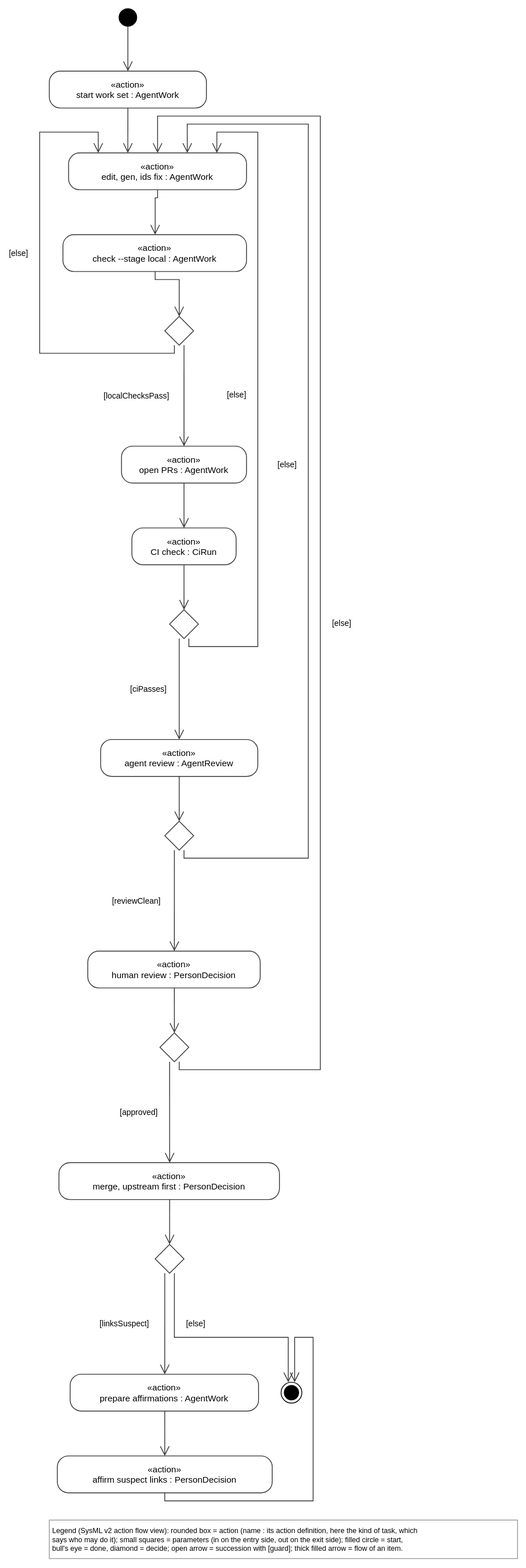
Above: views/changeProcess.drawio.svg in tiacsys/xdmod (draw.io), before the change. Source tidied: cells renumbered, new cells last; positions are measured from the earlier drawing's top-left corner, leaving out a move shared by most shapes.
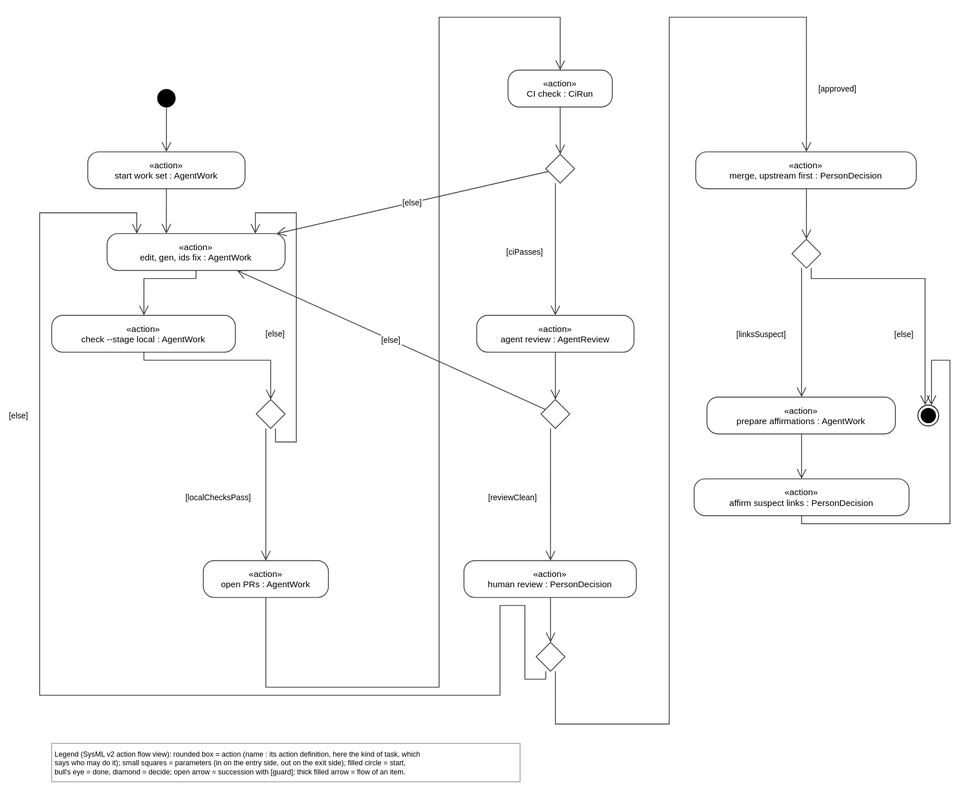
After the change.

Change to the diagram source:
```diff
@@ -3,58 +3,58 @@
     <mxCell id="0" />
     <mxCell id="1" parent="0" />
     <mxCell id="2" value="«action»&#10;CI check : CiRun" style="html=0;fontFamily=Helvetica;fontSize=11;strokeColor=#333333;rounded=1;arcSize=30;fillColor=#FFFFFF;verticalAlign=middle;" parent="1" vertex="1">
-      <mxGeometry x="115" y="648" width="130" height="46" as="geometry" />
+      <mxGeometry x="584" y="86" width="130" height="46" as="geometry" />
     </mxCell>
     <mxCell id="3" value="«action»&#10;affirm suspect links : PersonDecision" style="html=0;fontFamily=Helvetica;fontSize=11;strokeColor=#333333;rounded=1;arcSize=30;fillColor=#FFFFFF;verticalAlign=middle;" parent="1" vertex="1">
-      <mxGeometry x="22" y="1806" width="268" height="46" as="geometry" />
+      <mxGeometry x="816" y="596" width="268" height="46" as="geometry" />
     </mxCell>
     <mxCell id="4" value="«action»&#10;agent review : AgentReview" style="html=0;fontFamily=Helvetica;fontSize=11;strokeColor=#333333;rounded=1;arcSize=30;fillColor=#FFFFFF;verticalAlign=middle;" parent="1" vertex="1">
-      <mxGeometry x="76" y="912" width="196" height="46" as="geometry" />
+      <mxGeometry x="545" y="392" width="196" height="46" as="geometry" />
     </mxCell>
     <mxCell id="5" value="«action»&#10;check --stage local : AgentWork" style="html=0;fontFamily=Helvetica;fontSize=11;strokeColor=#333333;rounded=1;arcSize=30;fillColor=#FFFFFF;verticalAlign=middle;" parent="1" vertex="1">
-      <mxGeometry x="29" y="282" width="229" height="46" as="geometry" />
+      <mxGeometry x="15" y="392" width="229" height="46" as="geometry" />
     </mxCell>
     <mxCell id="6" value="«action»&#10;edit, gen, ids fix : AgentWork" style="html=0;fontFamily=Helvetica;fontSize=11;strokeColor=#333333;rounded=1;arcSize=30;fillColor=#FFFFFF;verticalAlign=middle;" parent="1" vertex="1">
-      <mxGeometry x="36" y="180" width="222" height="46" as="geometry" />
+      <mxGeometry x="84" y="290" width="222" height="46" as="geometry" />
     </mxCell>
     <mxCell id="7" value="«action»&#10;human review : PersonDecision" style="html=0;fontFamily=Helvetica;fontSize=11;strokeColor=#333333;rounded=1;arcSize=30;fillColor=#FFFFFF;verticalAlign=middle;" parent="1" vertex="1">
-      <mxGeometry x="60" y="1176" width="215" height="46" as="geometry" />
+      <mxGeometry x="529" y="698" width="215" height="46" as="geometry" />
     </mxCell>
     <mxCell id="8" value="«action»&#10;merge, upstream first : PersonDecision" style="html=0;fontFamily=Helvetica;fontSize=11;strokeColor=#333333;rounded=1;arcSize=30;fillColor=#FFFFFF;verticalAlign=middle;" parent="1" vertex="1">
-      <mxGeometry x="24" y="1440" width="275" height="46" as="geometry" />
+      <mxGeometry x="818" y="188" width="275" height="46" as="geometry" />
     </mxCell>
     <mxCell id="9" value="«action»&#10;open PRs : AgentWork" style="html=0;fontFamily=Helvetica;fontSize=11;strokeColor=#333333;rounded=1;arcSize=30;fillColor=#FFFFFF;verticalAlign=middle;" parent="1" vertex="1">
-      <mxGeometry x="102" y="546" width="156" height="46" as="geometry" />
+      <mxGeometry x="204" y="698" width="156" height="46" as="geometry" />
     </mxCell>
     <mxCell id="10" value="«action»&#10;prepare affirmations : AgentWork" style="html=0;fontFamily=Helvetica;fontSize=11;strokeColor=#333333;rounded=1;arcSize=30;fillColor=#FFFFFF;verticalAlign=middle;" parent="1" vertex="1">
-      <mxGeometry x="38" y="1704" width="235" height="46" as="geometry" />
+      <mxGeometry x="832" y="494" width="235" height="46" as="geometry" />
     </mxCell>
     <mxCell id="11" value="«action»&#10;start work set : AgentWork" style="html=0;fontFamily=Helvetica;fontSize=11;strokeColor=#333333;rounded=1;arcSize=30;fillColor=#FFFFFF;verticalAlign=middle;" parent="1" vertex="1">
-      <mxGeometry x="12" y="78" width="196" height="46" as="geometry" />
+      <mxGeometry x="60" y="188" width="196" height="46" as="geometry" />
     </mxCell>
     <mxCell id="12" style="rhombus;html=0;fillColor=#FFFFFF;strokeColor=#333333;noLabel=1;" parent="1" vertex="1">
-      <mxGeometry x="162" y="750" width="36" height="36" as="geometry" />
+      <mxGeometry x="631" y="191" width="36" height="36" as="geometry" />
     </mxCell>
     <mxCell id="13" style="ellipse;shape=endState;html=0;fillColor=#000000;strokeColor=#000000;noLabel=1;" parent="1" vertex="1">
-      <mxGeometry x="301" y="1714" width="26" height="26" as="geometry" />
+      <mxGeometry x="1095" y="504" width="26" height="26" as="geometry" />
     </mxCell>
     <mxCell id="14" style="rhombus;html=0;fillColor=#FFFFFF;strokeColor=#333333;noLabel=1;" parent="1" vertex="1">
-      <mxGeometry x="156" y="384" width="36" height="36" as="geometry" />
+      <mxGeometry x="270" y="497" width="36" height="36" as="geometry" />
     </mxCell>
     <mxCell id="15" style="rhombus;html=0;fillColor=#FFFFFF;strokeColor=#333333;noLabel=1;" parent="1" vertex="1">
-      <mxGeometry x="150" y="1278" width="36" height="36" as="geometry" />
+      <mxGeometry x="619" y="800" width="36" height="36" as="geometry" />
     </mxCell>
     <mxCell id="16" style="rhombus;html=0;fillColor=#FFFFFF;strokeColor=#333333;noLabel=1;" parent="1" vertex="1">
-      <mxGeometry x="156" y="1014" width="36" height="36" as="geometry" />
+      <mxGeometry x="625" y="497" width="36" height="36" as="geometry" />
     </mxCell>
     <mxCell id="17" style="ellipse;html=0;fillColor=#000000;strokeColor=#000000;noLabel=1;" parent="1" vertex="1">
-      <mxGeometry x="99" width="22" height="22" as="geometry" />
+      <mxGeometry x="147" y="110" width="22" height="22" as="geometry" />
     </mxCell>
     <mxCell id="18" style="rhombus;html=0;fillColor=#FFFFFF;strokeColor=#333333;noLabel=1;" parent="1" vertex="1">
-      <mxGeometry x="144" y="1542" width="36" height="36" as="geometry" />
+      <mxGeometry x="938" y="297" width="36" height="36" as="geometry" />
     </mxCell>
     <mxCell id="19" value="Legend (SysML v2 action flow view): rounded box = action (name : its action definition, here the kind of task, which&#10;says who may do it); small squares = parameters (in on the entry side, out on the exit side); filled circle = start,&#10;bull's eye = done, diamond = decide; open arrow = succession with [guard]; thick filled arrow = flow of an item." style="text;html=0;align=left;verticalAlign=top;fontFamily=Helvetica;fontSize=9;fillColor=#FFFFFF;strokeColor=#999999;spacing=4;" parent="1" vertex="1">
-      <mxGeometry x="12" y="1886" width="584" height="48" as="geometry" />
+      <mxGeometry x="15" y="926" width="584" height="48" as="geometry" />
     </mxCell>
     <mxCell id="20" style="html=0;rounded=0;endSize=10;startSize=14;fontFamily=Helvetica;fontSize=10;labelBackgroundColor=#FFFFFF;strokeColor=#333333;endArrow=open;exitX=0.500;exitY=1.000;exitDx=0;exitDy=0;exitPerimeter=0;entryX=0.500;entryY=0.000;entryDx=0;entryDy=0;entryPerimeter=0;" parent="1" edge="1" source="2" target="12">
       <mxGeometry relative="1" as="geometry" />
@@ -62,10 +62,10 @@
     <mxCell id="21" style="html=0;rounded=0;endSize=10;startSize=14;fontFamily=Helvetica;fontSize=10;labelBackgroundColor=#FFFFFF;strokeColor=#333333;endArrow=open;exitX=0.500;exitY=1.000;exitDx=0;exitDy=0;exitPerimeter=0;entryX=0.654;entryY=0.000;entryDx=0;entryDy=0;entryPerimeter=0;" parent="1" edge="1" source="3" target="13">
       <mxGeometry relative="1" as="geometry">
         <Array as="points">
-          <mxPoint x="156" y="1862" />
-          <mxPoint x="341" y="1862" />
-          <mxPoint x="341" y="1658" />
-          <mxPoint x="318" y="1658" />
+          <mxPoint x="950" y="652" />
+          <mxPoint x="1135" y="652" />
+          <mxPoint x="1135" y="448" />
+          <mxPoint x="1112" y="448" />
         </Array>
       </mxGeometry>
     </mxCell>
@@ -75,16 +75,16 @@
     <mxCell id="23" style="html=0;rounded=0;endSize=10;startSize=14;fontFamily=Helvetica;fontSize=10;labelBackgroundColor=#FFFFFF;strokeColor=#333333;endArrow=open;exitX=0.502;exitY=1.000;exitDx=0;exitDy=0;exitPerimeter=0;entryX=0.500;entryY=0.000;entryDx=0;entryDy=0;entryPerimeter=0;" parent="1" edge="1" source="5" target="14">
       <mxGeometry relative="1" as="geometry">
         <Array as="points">
-          <mxPoint x="144" y="338" />
-          <mxPoint x="174" y="338" />
+          <mxPoint x="130" y="448" />
+          <mxPoint x="288" y="448" />
         </Array>
       </mxGeometry>
     </mxCell>
     <mxCell id="24" style="html=0;rounded=0;endSize=10;startSize=14;fontFamily=Helvetica;fontSize=10;labelBackgroundColor=#FFFFFF;strokeColor=#333333;endArrow=open;exitX=0.500;exitY=1.000;exitDx=0;exitDy=0;exitPerimeter=0;entryX=0.502;entryY=0.000;entryDx=0;entryDy=0;entryPerimeter=0;" parent="1" edge="1" source="6" target="5">
       <mxGeometry relative="1" as="geometry">
         <Array as="points">
-          <mxPoint x="147" y="236" />
-          <mxPoint x="144" y="236" />
+          <mxPoint x="195" y="346" />
+          <mxPoint x="130" y="346" />
         </Array>
       </mxGeometry>
     </mxCell>
@@ -95,7 +95,14 @@
       <mxGeometry relative="1" as="geometry" />
     </mxCell>
     <mxCell id="27" style="html=0;rounded=0;endSize=10;startSize=14;fontFamily=Helvetica;fontSize=10;labelBackgroundColor=#FFFFFF;strokeColor=#333333;endArrow=open;exitX=0.500;exitY=1.000;exitDx=0;exitDy=0;exitPerimeter=0;entryX=0.500;entryY=0.000;entryDx=0;entryDy=0;entryPerimeter=0;" parent="1" edge="1" source="9" target="2">
-      <mxGeometry relative="1" as="geometry" />
+      <mxGeometry relative="1" as="geometry">
+        <Array as="points">
+          <mxPoint x="282" y="856" />
+          <mxPoint x="498" y="856" />
+          <mxPoint x="498" y="20" />
+          <mxPoint x="649" y="20" />
+        </Array>
+      </mxGeometry>
     </mxCell>
     <mxCell id="28" style="html=0;rounded=0;endSize=10;startSize=14;fontFamily=Helvetica;fontSize=10;labelBackgroundColor=#FFFFFF;strokeColor=#333333;endArrow=open;exitX=0.502;exitY=1.000;exitDx=0;exitDy=0;exitPerimeter=0;entryX=0.500;entryY=0.000;entryDx=0;entryDy=0;entryPerimeter=0;" parent="1" edge="1" source="10" target="3">
       <mxGeometry relative="1" as="geometry" />
@@ -105,66 +112,60 @@
     </mxCell>
     <mxCell id="30" value="[ciPasses]" style="html=0;rounded=0;endSize=10;startSize=14;fontFamily=Helvetica;fontSize=10;labelBackgroundColor=#FFFFFF;strokeColor=#333333;endArrow=open;exitX=0.333;exitY=1.000;exitDx=0;exitDy=0;exitPerimeter=0;entryX=0.500;entryY=0.000;entryDx=0;entryDy=0;entryPerimeter=0;" parent="1" edge="1" source="12" target="4">
       <mxGeometry relative="1" as="geometry">
-        <mxPoint x="-38" as="offset" />
+        <mxPoint x="-38" y="3" as="offset" />
       </mxGeometry>
     </mxCell>
-    <mxCell id="31" value="[else]" style="html=0;rounded=0;endSize=10;startSize=14;fontFamily=Helvetica;fontSize=10;labelBackgroundColor=#FFFFFF;strokeColor=#333333;endArrow=open;exitX=0.667;exitY=1.000;exitDx=0;exitDy=0;exitPerimeter=0;entryX=0.833;entryY=0.000;entryDx=0;entryDy=0;entryPerimeter=0;" parent="1" edge="1" source="12" target="6">
-      <mxGeometry relative="1" as="geometry">
-        <Array as="points">
-          <mxPoint x="186" y="796" />
-          <mxPoint x="272" y="796" />
-          <mxPoint x="272" y="154" />
-          <mxPoint x="221" y="154" />
-        </Array>
-        <mxPoint x="-26" y="-2" as="offset" />
-      </mxGeometry>
+    <mxCell id="31" value="[else]" style="html=0;rounded=0;endSize=10;startSize=14;fontFamily=Helvetica;fontSize=10;labelBackgroundColor=#FFFFFF;strokeColor=#333333;endArrow=open;" parent="1" edge="1" source="12" target="6">
+      <mxGeometry relative="1" as="geometry" />
     </mxCell>
-    <mxCell id="32" value="[else]" style="html=0;rounded=0;endSize=10;startSize=14;fontFamily=Helvetica;fontSize=10;labelBackgroundColor=#FFFFFF;strokeColor=#333333;endArrow=open;exitX=0.333;exitY=1.000;exitDx=0;exitDy=0;exitPerimeter=0;entryX=0.167;entryY=0.000;entryDx=0;entryDy=0;entryPerimeter=0;" parent="1" edge="1" source="14" target="6">
+    <mxCell id="32" value="[else]" style="html=0;rounded=0;endSize=10;startSize=14;fontFamily=Helvetica;fontSize=10;labelBackgroundColor=#FFFFFF;strokeColor=#333333;endArrow=open;exitX=0.667;exitY=1.000;exitDx=0;exitDy=0;exitPerimeter=0;entryX=0.833;entryY=0.000;entryDx=0;entryDy=0;entryPerimeter=0;" parent="1" edge="1" source="14" target="6">
       <mxGeometry relative="1" as="geometry">
         <Array as="points">
-          <mxPoint x="168" y="430" />
-          <mxPoint y="430" />
-          <mxPoint y="154" />
-          <mxPoint x="73" y="154" />
+          <mxPoint x="294" y="550" />
+          <mxPoint x="320" y="550" />
+          <mxPoint x="320" y="264" />
+          <mxPoint x="269" y="264" />
         </Array>
-        <mxPoint x="-26" y="-26" as="offset" />
+        <mxPoint x="-26" y="25" as="offset" />
       </mxGeometry>
     </mxCell>
-    <mxCell id="33" value="[localChecksPass]" style="html=0;rounded=0;endSize=10;startSize=14;fontFamily=Helvetica;fontSize=10;labelBackgroundColor=#FFFFFF;strokeColor=#333333;endArrow=open;exitX=0.667;exitY=1.000;exitDx=0;exitDy=0;exitPerimeter=0;entryX=0.500;entryY=0.000;entryDx=0;entryDy=0;entryPerimeter=0;" parent="1" edge="1" source="14" target="9">
+    <mxCell id="33" value="[localChecksPass]" style="html=0;rounded=0;endSize=10;startSize=14;fontFamily=Helvetica;fontSize=10;labelBackgroundColor=#FFFFFF;strokeColor=#333333;endArrow=open;exitX=0.333;exitY=1.000;exitDx=0;exitDy=0;exitPerimeter=0;entryX=0.500;entryY=0.000;entryDx=0;entryDy=0;entryPerimeter=0;" parent="1" edge="1" source="14" target="9">
       <mxGeometry relative="1" as="geometry">
-        <mxPoint x="-59" as="offset" />
+        <mxPoint x="-59" y="3" as="offset" />
       </mxGeometry>
     </mxCell>
-    <mxCell id="34" value="[else]" style="html=0;rounded=0;endSize=10;startSize=14;fontFamily=Helvetica;fontSize=10;labelBackgroundColor=#FFFFFF;strokeColor=#333333;endArrow=open;exitX=0.667;exitY=1.000;exitDx=0;exitDy=0;exitPerimeter=0;entryX=0.500;entryY=0.000;entryDx=0;entryDy=0;entryPerimeter=0;" parent="1" edge="1" source="15" target="6">
+    <mxCell id="34" value="[else]" style="html=0;rounded=0;endSize=10;startSize=14;fontFamily=Helvetica;fontSize=10;labelBackgroundColor=#FFFFFF;strokeColor=#333333;endArrow=open;exitX=0.333;exitY=1.000;exitDx=0;exitDy=0;exitPerimeter=0;entryX=0.167;entryY=0.000;entryDx=0;entryDy=0;entryPerimeter=0;" parent="1" edge="1" source="15" target="6">
       <mxGeometry relative="1" as="geometry">
         <Array as="points">
-          <mxPoint x="174" y="1324" />
-          <mxPoint x="350" y="1324" />
-          <mxPoint x="350" y="134" />
-          <mxPoint x="147" y="134" />
+          <mxPoint x="631" y="846" />
+          <mxPoint x="605" y="846" />
+          <mxPoint x="605" y="754" />
+          <mxPoint x="574" y="754" />
+          <mxPoint x="574" y="866" />
+          <mxPoint y="866" />
+          <mxPoint y="264" />
+          <mxPoint x="121" y="264" />
         </Array>
-        <mxPoint x="27" y="70" as="offset" />
+        <mxPoint x="-74" y="-349" as="offset" />
       </mxGeometry>
     </mxCell>
-    <mxCell id="35" value="[approved]" style="html=0;rounded=0;endSize=10;startSize=14;fontFamily=Helvetica;fontSize=10;labelBackgroundColor=#FFFFFF;strokeColor=#333333;endArrow=open;exitX=0.333;exitY=1.000;exitDx=0;exitDy=0;exitPerimeter=0;entryX=0.502;entryY=0.000;entryDx=0;entryDy=0;entryPerimeter=0;" parent="1" edge="1" source="15" target="8">
+    <mxCell id="35" value="[approved]" style="html=0;rounded=0;endSize=10;startSize=14;fontFamily=Helvetica;fontSize=10;labelBackgroundColor=#FFFFFF;strokeColor=#333333;endArrow=open;exitX=0.667;exitY=1.000;exitDx=0;exitDy=0;exitPerimeter=0;entryX=0.502;entryY=0.000;entryDx=0;entryDy=0;entryPerimeter=0;" parent="1" edge="1" source="15" target="8">
       <mxGeometry relative="1" as="geometry">
-        <mxPoint x="-38" as="offset" />
+        <Array as="points">
+          <mxPoint x="643" y="902" />
+          <mxPoint x="785" y="902" />
+          <mxPoint x="785" y="20" />
+          <mxPoint x="956" y="20" />
+        </Array>
+        <mxPoint x="210" y="-286" as="offset" />
       </mxGeometry>
     </mxCell>
-    <mxCell id="36" value="[else]" style="html=0;rounded=0;endSize=10;startSize=14;fontFamily=Helvetica;fontSize=10;labelBackgroundColor=#FFFFFF;strokeColor=#333333;endArrow=open;exitX=0.667;exitY=1.000;exitDx=0;exitDy=0;exitPerimeter=0;entryX=0.667;entryY=0.000;entryDx=0;entryDy=0;entryPerimeter=0;" parent="1" edge="1" source="16" target="6">
-      <mxGeometry relative="1" as="geometry">
-        <Array as="points">
-          <mxPoint x="180" y="1060" />
-          <mxPoint x="335" y="1060" />
-          <mxPoint x="335" y="144" />
-          <mxPoint x="184" y="144" />
-        </Array>
-        <mxPoint x="-26" y="-22" as="offset" />
-      </mxGeometry>
+    <mxCell id="36" value="[else]" style="html=0;rounded=0;endSize=10;startSize=14;fontFamily=Helvetica;fontSize=10;labelBackgroundColor=#FFFFFF;strokeColor=#333333;endArrow=open;" parent="1" edge="1" source="16" target="6">
+      <mxGeometry relative="1" as="geometry" />
     </mxCell>
     <mxCell id="37" value="[reviewClean]" style="html=0;rounded=0;endSize=10;startSize=14;fontFamily=Helvetica;fontSize=10;labelBackgroundColor=#FFFFFF;strokeColor=#333333;endArrow=open;exitX=0.333;exitY=1.000;exitDx=0;exitDy=0;exitPerimeter=0;entryX=0.502;entryY=0.000;entryDx=0;entryDy=0;entryPerimeter=0;" parent="1" edge="1" source="16" target="7">
       <mxGeometry relative="1" as="geometry">
-        <mxPoint x="-47" as="offset" />
+        <mxPoint x="-47" y="3" as="offset" />
       </mxGeometry>
     </mxCell>
     <mxCell id="38" style="html=0;rounded=0;endSize=10;startSize=14;fontFamily=Helvetica;fontSize=10;labelBackgroundColor=#FFFFFF;strokeColor=#333333;endArrow=open;exitX=0.500;exitY=1.000;exitDx=0;exitDy=0;exitPerimeter=0;entryX=0.500;entryY=0.000;entryDx=0;entryDy=0;entryPerimeter=0;" parent="1" edge="1" source="17" target="11">
@@ -172,16 +173,16 @@
     </mxCell>
     <mxCell id="39" value="[linksSuspect]" style="html=0;rounded=0;endSize=10;startSize=14;fontFamily=Helvetica;fontSize=10;labelBackgroundColor=#FFFFFF;strokeColor=#333333;endArrow=open;exitX=0.333;exitY=1.000;exitDx=0;exitDy=0;exitPerimeter=0;entryX=0.502;entryY=0.000;entryDx=0;entryDy=0;entryPerimeter=0;" parent="1" edge="1" source="18" target="10">
       <mxGeometry relative="1" as="geometry">
-        <mxPoint x="-50" as="offset" />
+        <mxPoint x="-50" y="2" as="offset" />
       </mxGeometry>
     </mxCell>
     <mxCell id="40" value="[else]" style="html=0;rounded=0;endSize=10;startSize=14;fontFamily=Helvetica;fontSize=10;labelBackgroundColor=#FFFFFF;strokeColor=#333333;endArrow=open;exitX=0.667;exitY=1.000;exitDx=0;exitDy=0;exitPerimeter=0;entryX=0.346;entryY=0.000;entryDx=0;entryDy=0;entryPerimeter=0;" parent="1" edge="1" source="18" target="13">
       <mxGeometry relative="1" as="geometry">
         <Array as="points">
-          <mxPoint x="168" y="1658" />
-          <mxPoint x="310" y="1658" />
+          <mxPoint x="962" y="346" />
+          <mxPoint x="1104" y="346" />
         </Array>
-        <mxPoint x="-32" y="-17" as="offset" />
+        <mxPoint x="-26" y="68" as="offset" />
       </mxGeometry>
     </mxCell>
   </root>
```
